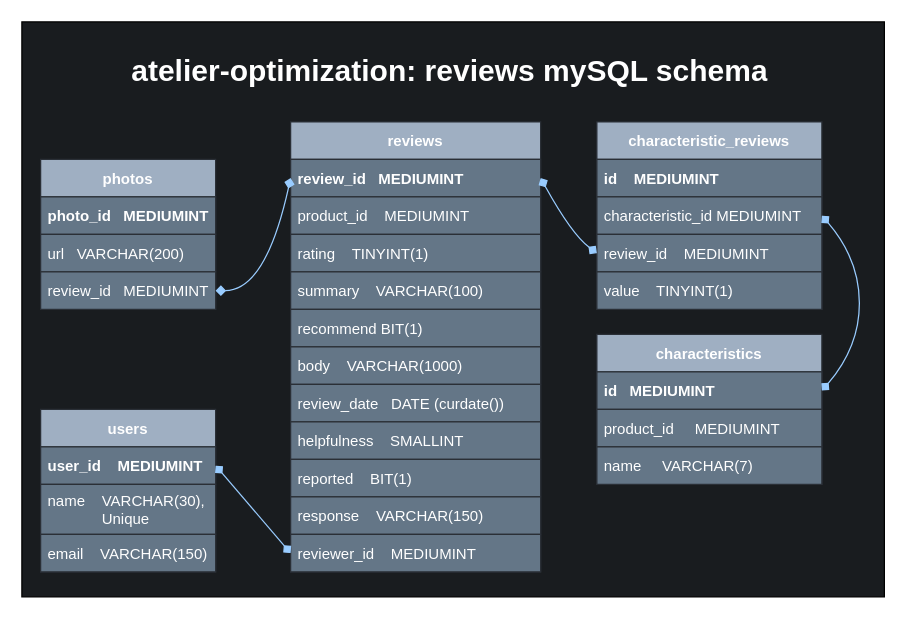
Above: data_models/sql-modelv4.drawio in Poplin-Devs/reviews-service (draw.io), before the change. Source tidied: cells renumbered, new cells numbered last; positions are measured from the earlier drawing's top-left corner, leaving out a move shared by most shapes. Both pictures are drawn from the tidied source at 125%, with x=0, y=0 at pixel (21, 21).
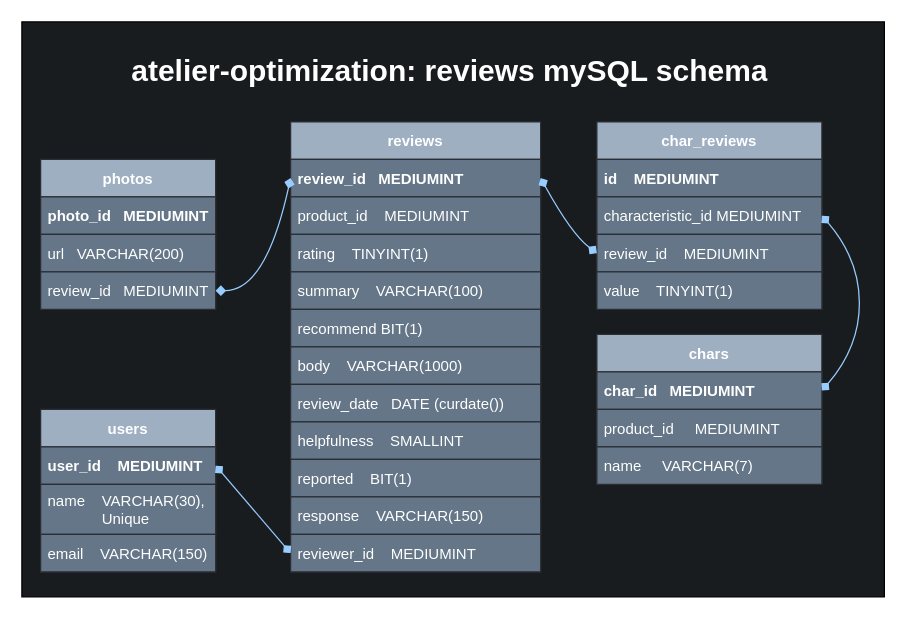
Above is the later version.

Commit message (it also covers changes not shown here):
reviews/meta query complete

What changed in the source:
```diff
@@
-    <mxCell id="25" value="characteristics" style="swimlane;fontStyle=1;horizontal=1;startSize=30;fillColor=#9FAFC2;strokeColor=#2A2F36;fontColor=#ffffff;" parent="1" vertex="1">
+    <mxCell id="25" value="chars" style="swimlane;fontStyle=1;horizontal=1;startSize=30;fillColor=#9FAFC2;strokeColor=#2A2F36;fontColor=#ffffff;" parent="1" vertex="1">
       <mxGeometry x="460" y="250" width="180" height="120" as="geometry" />
     </mxCell>
-    <mxCell id="26" value="id   MEDIUMINT" style="text;align=left;verticalAlign=middle;spacingLeft=4;spacingRight=4;overflow=hidden;points=[[0,0.5],[1,0.5]];portConstraint=eastwest;fontStyle=1;fillColor=#647687;strokeColor=#2A2F36;fontColor=#ffffff;" parent="25" vertex="1">
+    <mxCell id="26" value="char_id   MEDIUMINT" style="text;align=left;verticalAlign=middle;spacingLeft=4;spacingRight=4;overflow=hidden;points=[[0,0.5],[1,0.5]];portConstraint=eastwest;fontStyle=1;fillColor=#647687;strokeColor=#2A2F36;fontColor=#ffffff;" parent="25" vertex="1">
       <mxGeometry y="30" width="180" height="30" as="geometry" />
     </mxCell>
@@
-    <mxCell id="29" value="characteristic_reviews" style="swimlane;fontStyle=1;horizontal=1;startSize=30;fillColor=#9FAFC2;strokeColor=#2A2F36;fontColor=#ffffff;" parent="1" vertex="1">
+    <mxCell id="29" value="char_reviews" style="swimlane;fontStyle=1;horizontal=1;startSize=30;fillColor=#9FAFC2;strokeColor=#2A2F36;fontColor=#ffffff;" parent="1" vertex="1">
       <mxGeometry x="460" y="80" width="180" height="150" as="geometry" />
     </mxCell>
```
